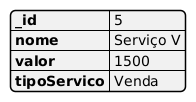
Before: Banco de dados/uml_servicos.png, a diagram exported from PlantUML (SamuelPorcer/Terceiro-Semestre). The source it was exported from:
```plantuml
@startjson
{
        "_id": 5,
        "nome": "Serviço V",
        "valor": 1500,
        "tipoServico": "Venda"
    }
@endjson
```
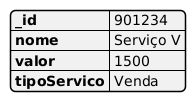
After the change.

The edit, as a diff of the source:
```diff
@@ -1,6 +1,6 @@
 @startjson
-{
-        "_id": 5,
+ {
+        "_id": 901234,
         "nome": "Serviço V",
         "valor": 1500,
         "tipoServico": "Venda"
```
